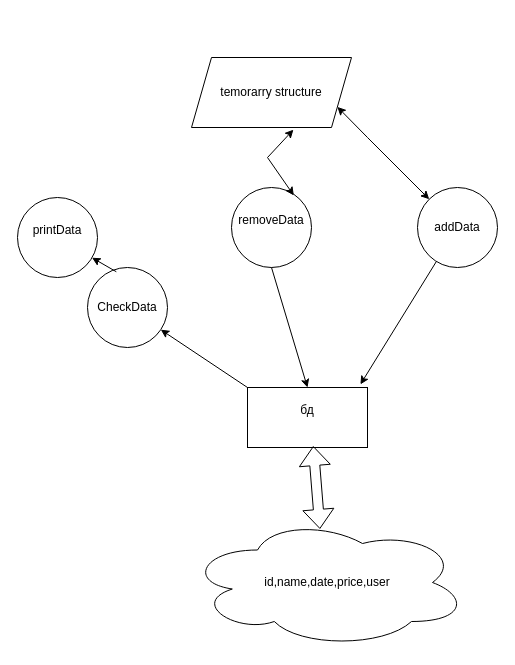
This is plan.drawio from maks2134/Structure_data, a draw.io file, before an edit. Source tidied: cells renumbered, new cells numbered last; positions are measured from the earlier drawing's top-left corner, leaving out a move shared by most shapes. Both pictures are drawn from the tidied source at 100%, with x=0, y=0 at pixel (17, 57).
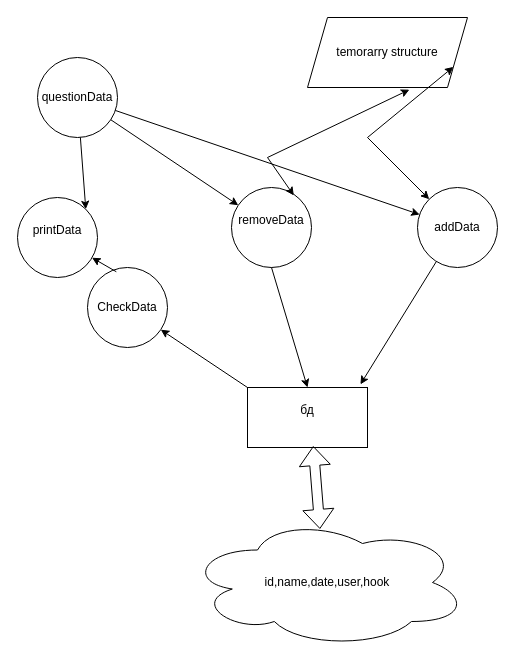
After the change.

Commit message (it also covers changes not shown here):
Создания основы

The change refers to these unchanged cells:
```xml
<mxCell id="3" value="addData" style="ellipse;whiteSpace=wrap;html=1;" parent="1" vertex="1">
  <mxGeometry x="400" y="130" width="80" height="80" as="geometry" />
</mxCell>
<mxCell id="5" value="removeData&lt;div&gt;&lt;br/&gt;&lt;/div&gt;" style="ellipse;whiteSpace=wrap;html=1;" parent="1" vertex="1">
  <mxGeometry x="214" y="130" width="80" height="80" as="geometry" />
</mxCell>
<mxCell id="9" value="printData&lt;div&gt;&lt;br/&gt;&lt;/div&gt;" style="ellipse;whiteSpace=wrap;html=1;" parent="1" vertex="1">
  <mxGeometry y="140" width="80" height="80" as="geometry" />
</mxCell>
```

Diff of the diagram source:
```diff
@@
     <mxCell id="11" value="temorarry structure" style="shape=parallelogram;perimeter=parallelogramPerimeter;whiteSpace=wrap;html=1;fixedSize=1;" parent="1" vertex="1">
-      <mxGeometry x="174" width="160" height="70" as="geometry" />
+      <mxGeometry x="290" y="-40" width="160" height="70" as="geometry" />
     </mxCell>
@@
-    <mxCell id="14" value="id,name,date,price,user" style="ellipse;shape=cloud;whiteSpace=wrap;html=1;" parent="1" vertex="1">
+    <mxCell id="14" value="id,name,date,user,hook" style="ellipse;shape=cloud;whiteSpace=wrap;html=1;" parent="1" vertex="1">
       <mxGeometry x="170" y="460" width="280" height="130" as="geometry" />
     </mxCell>
@@
+    <mxCell id="16" value="questionData" style="ellipse;whiteSpace=wrap;html=1;" parent="1" vertex="1">
+      <mxGeometry x="20" width="80" height="80" as="geometry" />
+    </mxCell>
+    <mxCell id="17" style="endArrow=classic;html=1;rounded=0;entryX=1;entryY=0;entryDx=0;entryDy=0;" parent="1" edge="1" source="16" target="9">
+      <mxGeometry relative="1" as="geometry" />
+    </mxCell>
+    <mxCell id="18" style="endArrow=classic;html=1;rounded=0;" parent="1" edge="1" source="16" target="5">
+      <mxGeometry relative="1" as="geometry" />
+    </mxCell>
+    <mxCell id="19" style="endArrow=classic;html=1;rounded=0;" parent="1" edge="1" source="16" target="3">
+      <mxGeometry relative="1" as="geometry" />
+    </mxCell>
```
